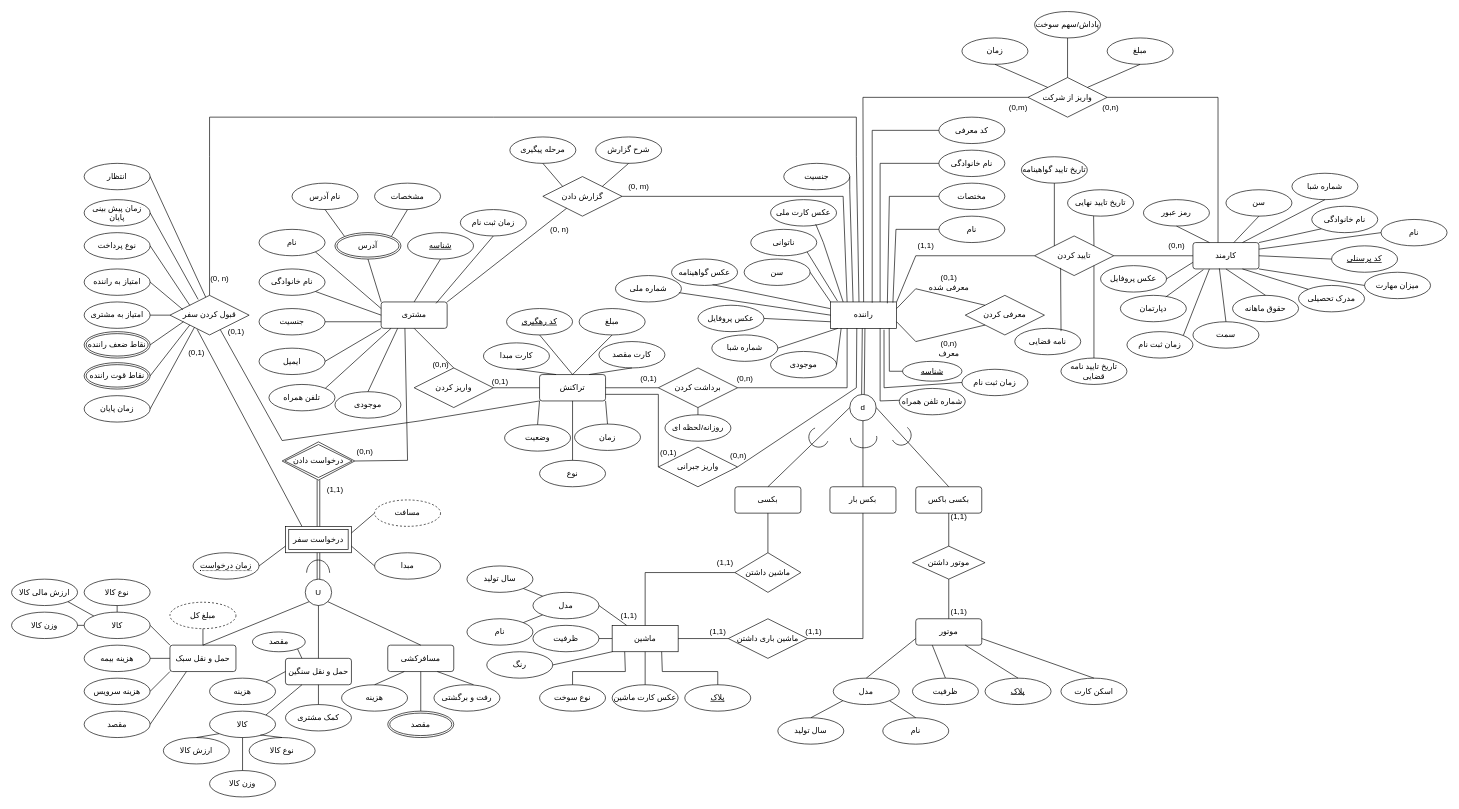
Earlier version of the draw.io diagram EER/Diagram.drawio (sedwna/BAXI). Source tidied: cells renumbered, new cells numbered last; positions are measured from the earlier drawing's top-left corner, leaving out a move shared by most shapes. Both pictures are drawn from the tidied source at 66%, with x=0, y=0 at pixel (11, 11).
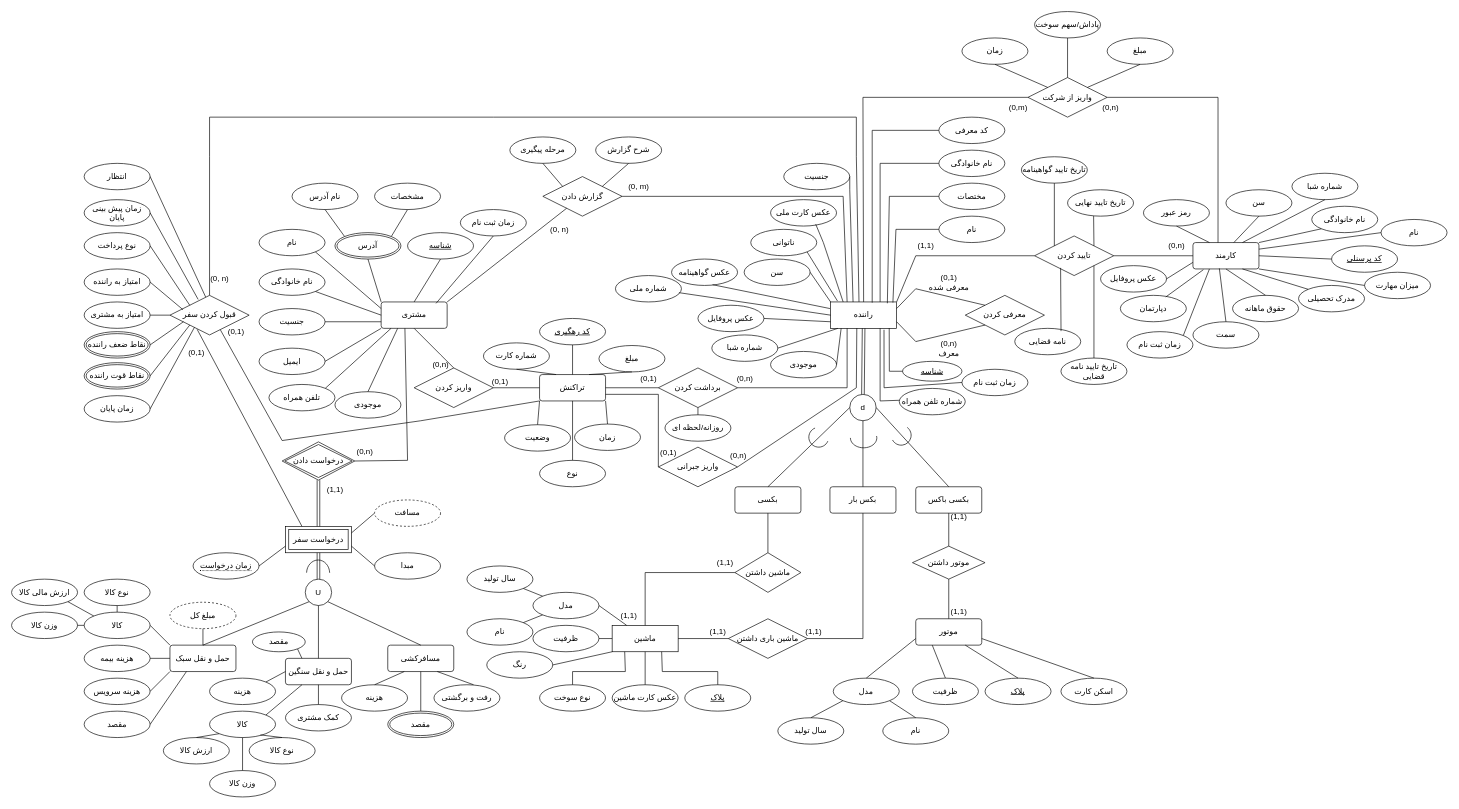
The same diagram, later.

The change refers to these unchanged cells:
```xml
<mxCell id="146" value="تراکنش" style="rounded=1;arcSize=10;whiteSpace=wrap;html=1;align=center;" parent="1" vertex="1">
  <mxGeometry x="800" y="550" width="100" height="40" as="geometry" />
</mxCell>
```

The edit, as a diff of the source:
```diff
@@
     <mxCell id="147" value="کد رهگیری" style="ellipse;whiteSpace=wrap;html=1;align=center;fontStyle=4;" parent="1" vertex="1">
-      <mxGeometry x="750" y="450" width="100" height="40" as="geometry" />
+      <mxGeometry x="800" y="465" width="100" height="40" as="geometry" />
     </mxCell>
-    <mxCell id="148" value="کارت مبدا" style="ellipse;whiteSpace=wrap;html=1;align=center;" parent="1" vertex="1">
+    <mxCell id="148" value="شماره کارت" style="ellipse;whiteSpace=wrap;html=1;align=center;" parent="1" vertex="1">
       <mxGeometry x="715" y="502" width="100" height="40" as="geometry" />
     </mxCell>
-    <mxCell id="149" value="کارت مقصد" style="ellipse;whiteSpace=wrap;html=1;align=center;" parent="1" vertex="1">
-      <mxGeometry x="890" y="500" width="100" height="40" as="geometry" />
-    </mxCell>
@@
-    <mxCell id="157" style="endArrow=none;html=1;rounded=0;exitX=0.5;exitY=1;exitDx=0;exitDy=0;entryX=0.75;entryY=0;entryDx=0;entryDy=0;" parent="1" edge="1" source="149" target="146">
-      <mxGeometry relative="1" as="geometry" />
-    </mxCell>
@@
     <mxCell id="261" value="مبلغ" style="ellipse;whiteSpace=wrap;html=1;align=center;" parent="1" vertex="1">
-      <mxGeometry x="860" y="450" width="100" height="40" as="geometry" />
+      <mxGeometry x="890" y="506" width="100" height="40" as="geometry" />
     </mxCell>
-    <mxCell id="262" style="endArrow=none;html=1;rounded=0;entryX=0.5;entryY=1;entryDx=0;entryDy=0;exitX=0.5;exitY=0;exitDx=0;exitDy=0;" parent="1" edge="1" source="146" target="261">
+    <mxCell id="262" style="endArrow=none;html=1;rounded=0;entryX=0.5;entryY=1;entryDx=0;entryDy=0;exitX=0.75;exitY=0;exitDx=0;exitDy=0;" parent="1" edge="1" source="146" target="261">
       <mxGeometry relative="1" as="geometry" />
     </mxCell>
```
